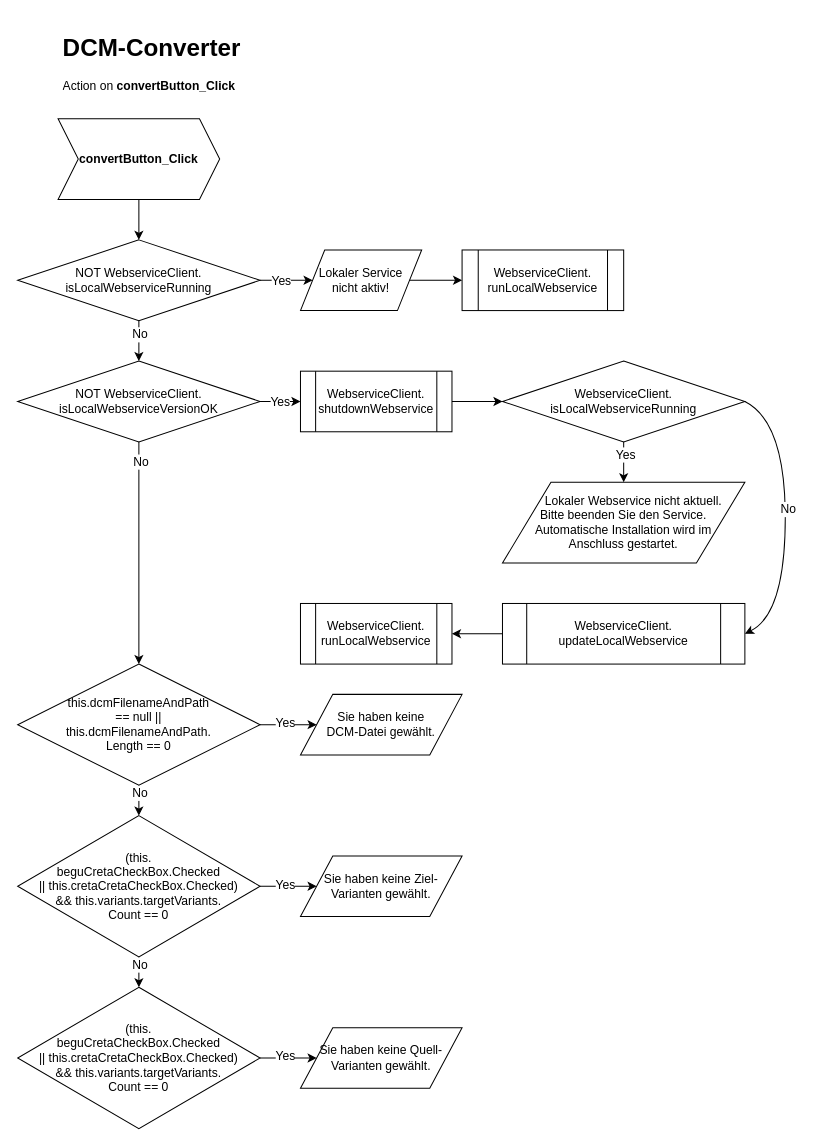
Earlier version of the draw.io diagram page "Page-1" (1 of 2) of PAP-convertButton_Click.drawio (toohoo/thotakefile). Source tidied: cells renumbered, new cells numbered last; positions are measured from the earlier drawing's top-left corner, leaving out a move shared by most shapes. Both pictures are drawn from the tidied source at 101%, with x=0, y=0 at pixel (17, 27).
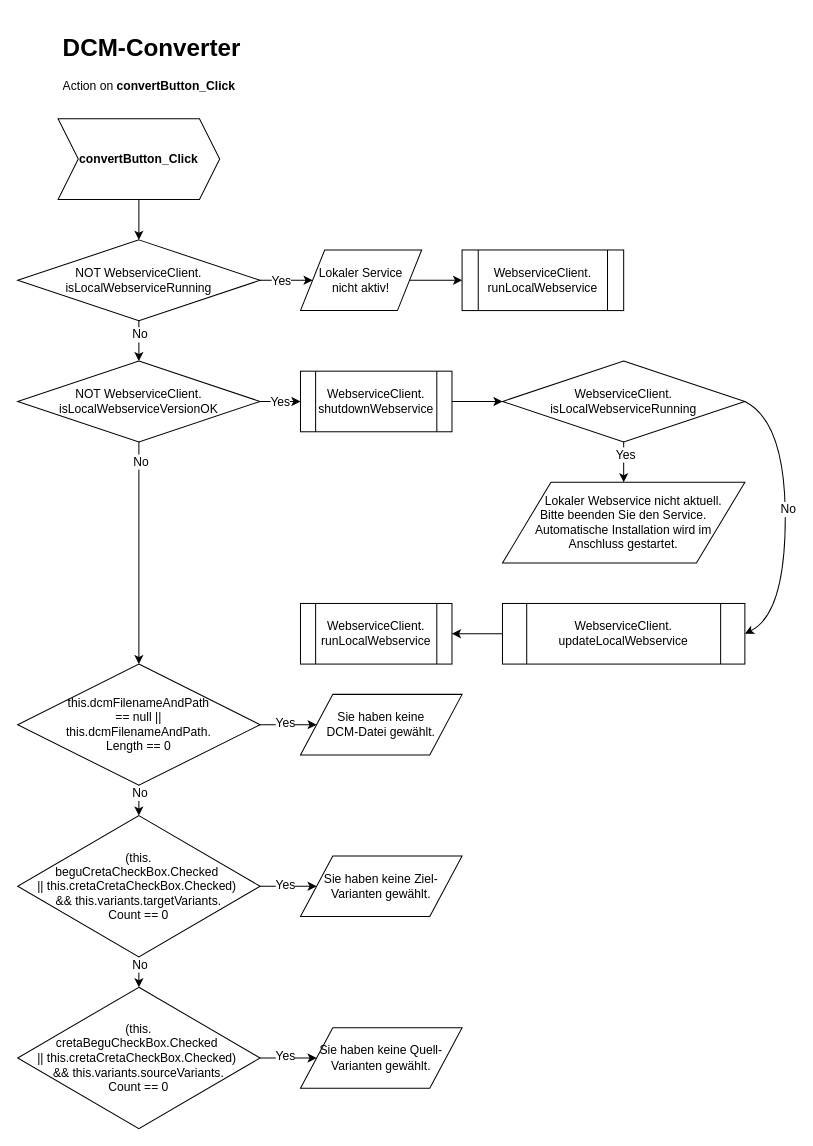
Above is the later version.

The edit, as a diff of the source:
```diff
@@
-    <mxCell id="33" value="(this.&lt;br&gt;beguCretaCheckBox.Checked &lt;br&gt;|| this.cretaCretaCheckBox.Checked) &lt;br&gt;&amp;amp;&amp;amp; this.variants.targetVariants.&lt;br&gt;Count == 0" style="rhombus;whiteSpace=wrap;html=1;" parent="1" vertex="1">
+    <mxCell id="33" value="&lt;span style=&quot;white-space: normal&quot;&gt;(this.&lt;/span&gt;&lt;br style=&quot;white-space: normal&quot;&gt;&lt;span style=&quot;white-space: normal&quot;&gt;beguCretaCheckBox.Checked&amp;nbsp;&lt;/span&gt;&lt;br style=&quot;white-space: normal&quot;&gt;&lt;span style=&quot;white-space: normal&quot;&gt;|| this.cretaCretaCheckBox.Checked)&amp;nbsp;&lt;/span&gt;&lt;br style=&quot;white-space: normal&quot;&gt;&lt;span style=&quot;white-space: normal&quot;&gt;&amp;amp;&amp;amp; this.variants.targetVariants.&lt;/span&gt;&lt;br style=&quot;white-space: normal&quot;&gt;&lt;span style=&quot;white-space: normal&quot;&gt;Count == 0&lt;/span&gt;" style="rhombus;whiteSpace=wrap;html=1;" parent="1" vertex="1">
       <mxGeometry y="780" width="240" height="140" as="geometry" />
     </mxCell>
@@
-    <mxCell id="39" value="(this.&lt;br&gt;beguCretaCheckBox.Checked &lt;br&gt;|| this.cretaCretaCheckBox.Checked) &lt;br&gt;&amp;amp;&amp;amp; this.variants.targetVariants.&lt;br&gt;Count == 0" style="rhombus;whiteSpace=wrap;html=1;" parent="1" vertex="1">
+    <mxCell id="39" value="&lt;div&gt;(this.&lt;/div&gt;&lt;div&gt;cretaBeguCheckBox.Checked&amp;nbsp;&lt;/div&gt;&lt;div&gt;|| this.cretaCretaCheckBox.Checked)&amp;nbsp;&lt;/div&gt;&lt;div&gt;&amp;amp;&amp;amp; this.variants.sourceVariants.&lt;/div&gt;&lt;div&gt;Count == 0&lt;/div&gt;" style="rhombus;whiteSpace=wrap;html=1;" parent="1" vertex="1">
       <mxGeometry y="950" width="240" height="140" as="geometry" />
     </mxCell>
```
